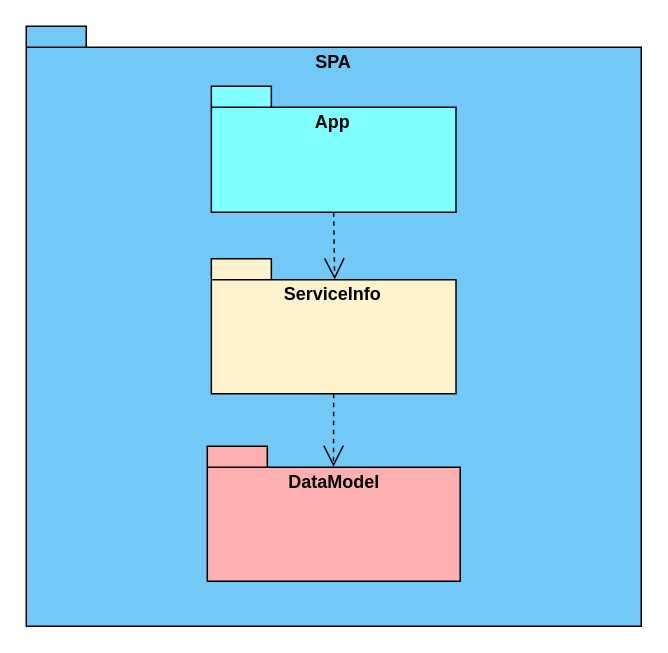
Above: docs/Sprint_C/N3/VI_SPA.drawio in SEM5PI2324G58/sem5pi_g58_23_24 (draw.io), before the change. Source tidied: cells renumbered, new cells numbered last; positions are measured from the earlier drawing's top-left corner, leaving out a move shared by most shapes. Both pictures are drawn from the tidied source at 150%, with x=0, y=0 at pixel (26, 26).
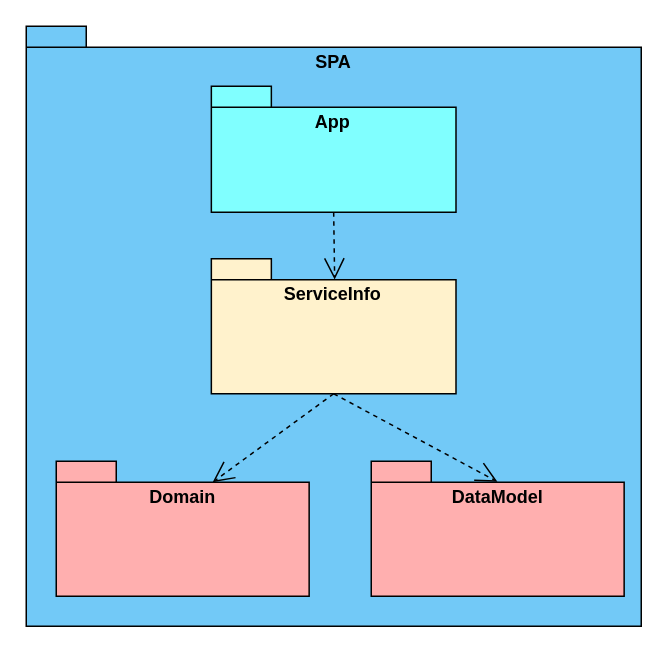
The same page after the edit.

Diff of the diagram source:
```diff
@@
 <mxGraphModel>
   <root>
     <mxCell id="0" />
     <mxCell id="1" parent="0" />
     <mxCell id="2" value="SPA" style="shape=folder;fontStyle=1;spacingTop=10;tabWidth=40;tabHeight=14;tabPosition=left;html=1;whiteSpace=wrap;verticalAlign=top;fillColor=#72C9F7;" parent="1" vertex="1">
       <mxGeometry width="410" height="400" as="geometry" />
     </mxCell>
     <mxCell id="3" value="App" style="shape=folder;fontStyle=1;spacingTop=10;tabWidth=40;tabHeight=14;tabPosition=left;html=1;whiteSpace=wrap;verticalAlign=top;fillColor=#80ffff;" parent="1" vertex="1">
       <mxGeometry x="123.4" y="40" width="163.1" height="84" as="geometry" />
     </mxCell>
     <mxCell id="4" value="DataModel" style="shape=folder;fontStyle=1;spacingTop=10;tabWidth=40;tabHeight=14;tabPosition=left;html=1;whiteSpace=wrap;verticalAlign=top;fillColor=#ffafaf;" parent="1" vertex="1">
-      <mxGeometry x="120.7" y="280" width="168.6" height="90" as="geometry" />
+      <mxGeometry x="230" y="290" width="168.6" height="90" as="geometry" />
     </mxCell>
     <mxCell id="5" value="ServiceInfo" style="shape=folder;fontStyle=1;spacingTop=10;tabWidth=40;tabHeight=14;tabPosition=left;html=1;whiteSpace=wrap;verticalAlign=top;fillColor=#fff2cc;strokeColor=#000000;" parent="1" vertex="1">
       <mxGeometry x="123.4" y="155" width="163.1" height="90" as="geometry" />
     </mxCell>
     <mxCell id="6" style="endArrow=open;endSize=12;dashed=1;html=1;rounded=0;exitX=0.5;exitY=1;exitDx=0;exitDy=0;exitPerimeter=0;entryX=0.504;entryY=0.153;entryDx=0;entryDy=0;entryPerimeter=0;" parent="1" edge="1" source="3" target="5">
       <mxGeometry relative="1" as="geometry" />
     </mxCell>
     <mxCell id="7" style="endArrow=open;endSize=12;dashed=1;html=1;rounded=0;exitX=0.5;exitY=1;exitDx=0;exitDy=0;exitPerimeter=0;entryX=0.499;entryY=0.152;entryDx=0;entryDy=0;entryPerimeter=0;" parent="1" edge="1" source="5" target="4">
       <mxGeometry relative="1" as="geometry" />
     </mxCell>
+    <mxCell id="8" value="Domain" style="shape=folder;fontStyle=1;spacingTop=10;tabWidth=40;tabHeight=14;tabPosition=left;html=1;whiteSpace=wrap;verticalAlign=top;fillColor=#ffafaf;" parent="1" vertex="1">
+      <mxGeometry x="20" y="290" width="168.6" height="90" as="geometry" />
+    </mxCell>
+    <mxCell id="9" style="endArrow=open;endSize=12;dashed=1;html=1;rounded=0;exitX=0.5;exitY=1;exitDx=0;exitDy=0;exitPerimeter=0;entryX=0;entryY=0;entryDx=104.285;entryDy=14;entryPerimeter=0;" parent="1" edge="1" source="5" target="8">
+      <mxGeometry relative="1" as="geometry" />
+    </mxCell>
   </root>
 </mxGraphModel>
```
